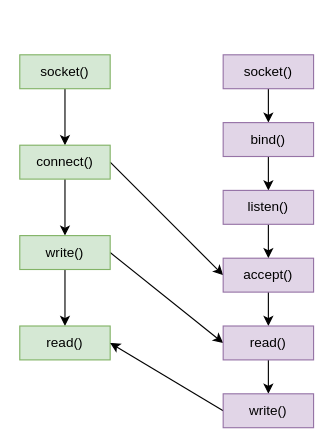
The draw.io diagram tcp_socket.drawio in checkking/diagrams, before the edit. Source tidied: cells renumbered, new cells numbered last; positions are measured from the earlier drawing's top-left corner, leaving out a move shared by most shapes. Both pictures are drawn from the tidied source at 113%, with x=0, y=0 at pixel (19, 54).
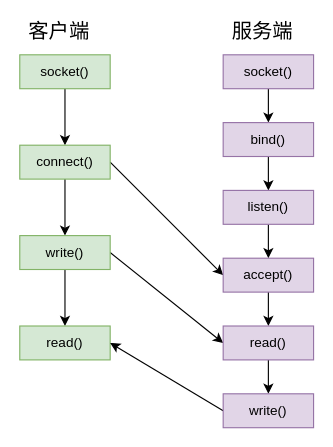
The same page after the edit.

The edit, as a diff of the source:
```diff
@@
+    <mxCell id="23" value="&lt;font style=&quot;font-size: 18px&quot;&gt;客户端&lt;/font&gt;" style="text;html=1;strokeColor=none;fillColor=none;align=center;verticalAlign=middle;whiteSpace=wrap;rounded=0;" parent="1" vertex="1">
+      <mxGeometry y="-30" width="70" height="20" as="geometry" />
+    </mxCell>
+    <mxCell id="24" value="&lt;font style=&quot;font-size: 18px&quot;&gt;服务端&lt;/font&gt;" style="text;html=1;strokeColor=none;fillColor=none;align=center;verticalAlign=middle;whiteSpace=wrap;rounded=0;" parent="1" vertex="1">
+      <mxGeometry x="180" y="-30" width="70" height="20" as="geometry" />
+    </mxCell>
```
